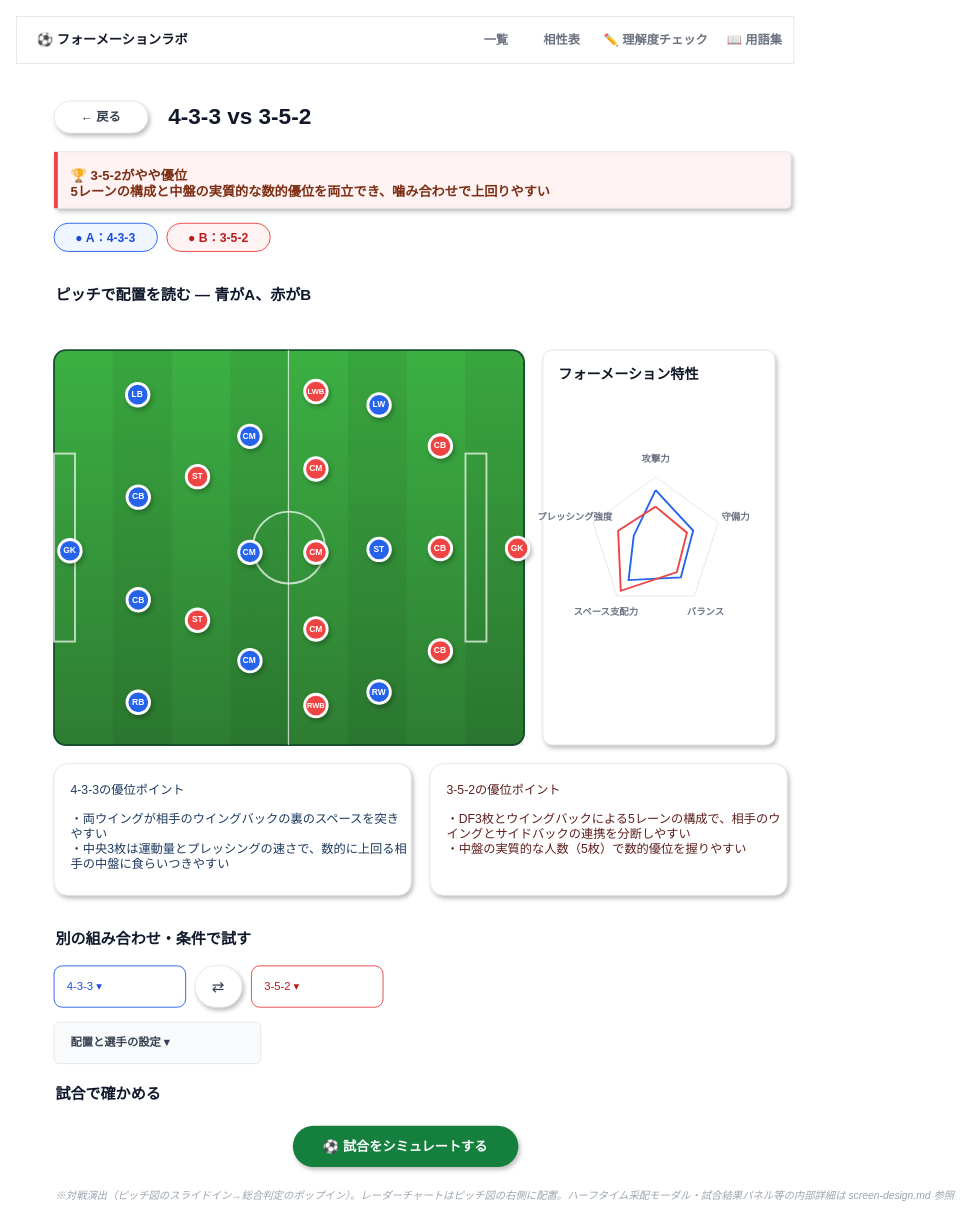
n-yata/soccer-sim keeps this draw.io diagram as page "wireframe-comparison" (2 of 2) of docs/specs/2_basic-design/wireframes.drawio. Above is the earlier version. Source tidied: cells renumbered, new cells numbered last; positions are measured from the earlier drawing's top-left corner, leaving out a move shared by most shapes. Both pictures are drawn from the tidied source at 94%, with x=0, y=0 at pixel (16, 16).
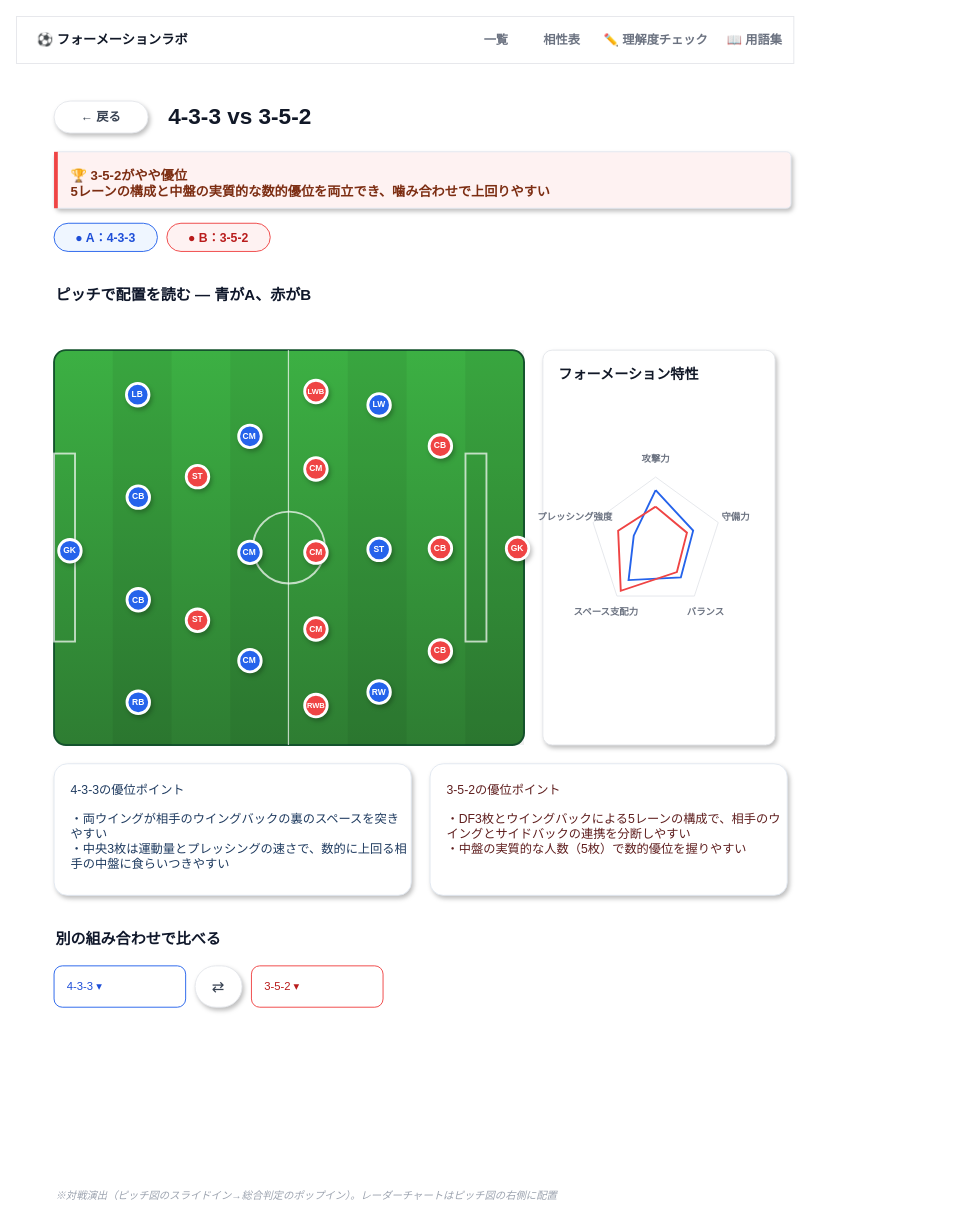
Above is the later version.

Change to the diagram source:
```diff
@@
-    <mxCell id="15" style="rounded=1;arcSize=12;whiteSpace=wrap;html=1;fillColor=#F9FAFB;strokeColor=#E5E7EB;strokeWidth=1;" parent="1" vertex="1">
-      <mxGeometry x="40" y="1070" width="220" height="44" as="geometry" />
-    </mxCell>
-    <mxCell id="16" value="配置と選手の設定 ▾" style="text;html=1;fontSize=12;fontStyle=1;align=left;verticalAlign=middle;fontColor=#374151;" parent="1" vertex="1">
-      <mxGeometry x="56" y="1070" width="188" height="44" as="geometry" />
-    </mxCell>
@@
-    <mxCell id="62" value="⚽ 試合をシミュレートする" style="rounded=1;arcSize=50;whiteSpace=wrap;html=1;fillColor=#15803D;strokeColor=none;shadow=1;fontSize=14;fontStyle=1;fontColor=#FFFFFF;" parent="1" vertex="1">
-      <mxGeometry x="294" y="1180" width="240" height="44" as="geometry" />
-    </mxCell>
-    <mxCell id="63" value="※対戦演出（ピッチ図のスライドイン→総合判定のポップイン）。レーダーチャートはピッチ図の右側に配置。ハーフタイム采配モーダル・試合結果パネル等の内部詳細は screen-design.md 参照" style="text;html=1;fontSize=11;align=left;verticalAlign=middle;fontColor=#9CA3AF;fontStyle=2;" parent="1" vertex="1">
+    <mxCell id="63" value="※対戦演出（ピッチ図のスライドイン→総合判定のポップイン）。レーダーチャートはピッチ図の右側に配置" style="text;html=1;fontSize=11;align=left;verticalAlign=middle;fontColor=#9CA3AF;fontStyle=2;" parent="1" vertex="1">
       <mxGeometry x="40" y="1240" width="784" height="30" as="geometry" />
     </mxCell>
@@
-    <mxCell id="65" value="別の組み合わせ・条件で試す" style="text;html=1;fontSize=16;fontStyle=1;align=left;verticalAlign=middle;fontColor=#0F172A;" parent="1" vertex="1">
+    <mxCell id="65" value="別の組み合わせで比べる" style="text;html=1;fontSize=16;fontStyle=1;align=left;verticalAlign=middle;fontColor=#0F172A;" parent="1" vertex="1">
       <mxGeometry x="40" y="965" width="784" height="32" as="geometry" />
     </mxCell>
-    <mxCell id="66" value="試合で確かめる" style="text;html=1;fontSize=16;fontStyle=1;align=left;verticalAlign=middle;fontColor=#0F172A;" parent="1" vertex="1">
-      <mxGeometry x="40" y="1130" width="784" height="32" as="geometry" />
-    </mxCell>
```
